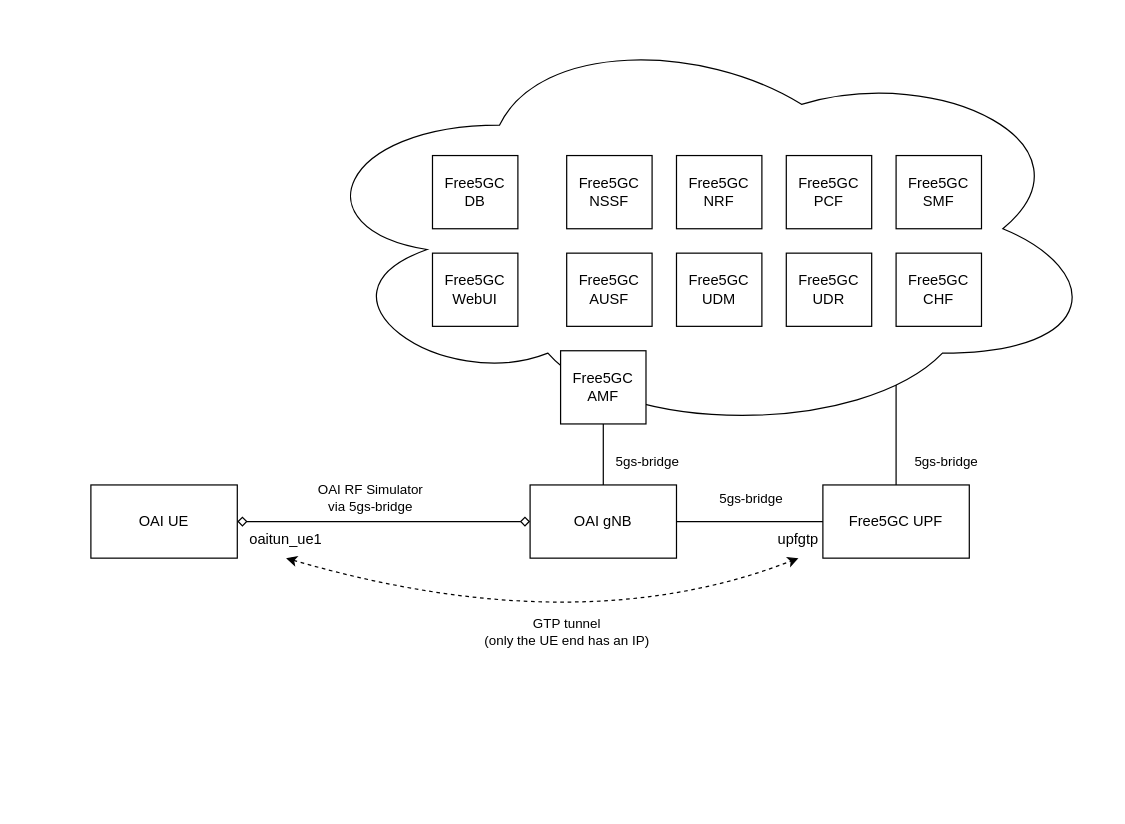
Above: docs/structure.drawio in ottoblep/tsn-5g-testbench (draw.io), before the change. Source tidied: cells renumbered, new cells numbered last; positions are measured from the earlier drawing's top-left corner, leaving out a move shared by most shapes. Both pictures are drawn from the tidied source at 122%, with x=0, y=0 at pixel (90, 21).
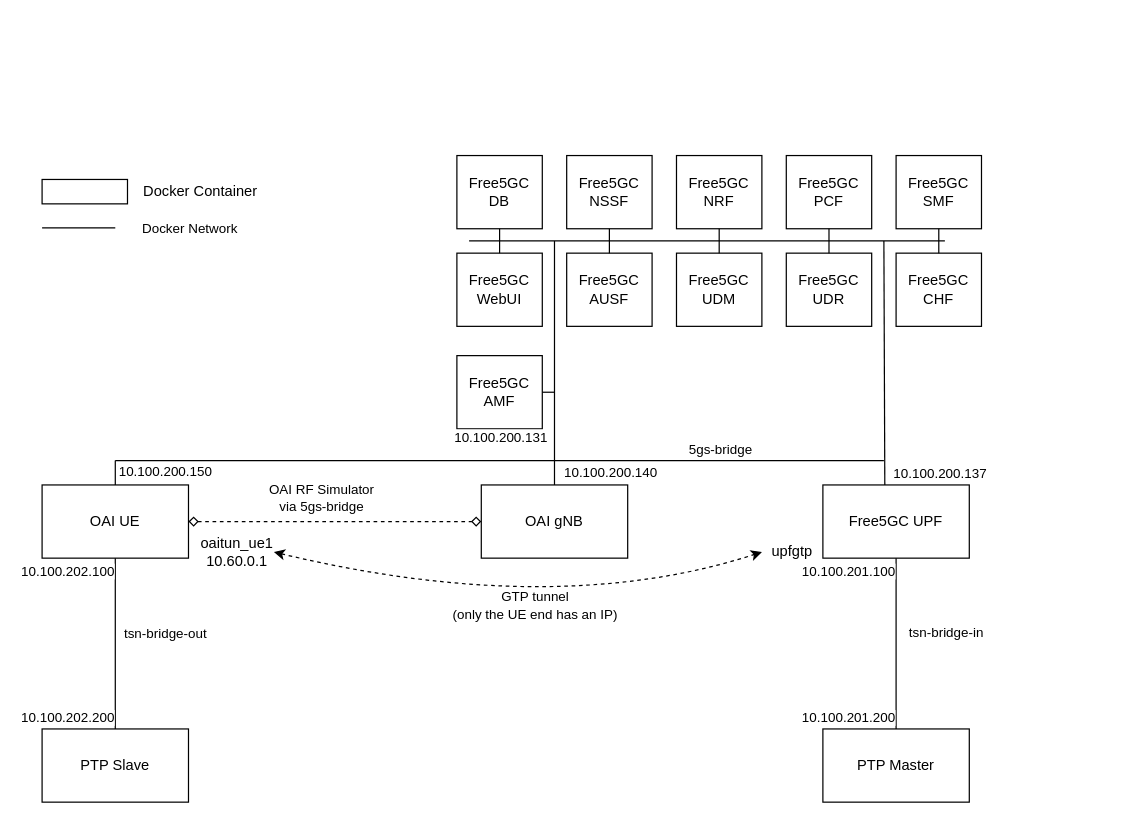
The same diagram, later.

The change refers to these unchanged cells:
```xml
<mxCell id="8" value="Free5GC UPF" style="rounded=0;whiteSpace=wrap;html=1;" parent="1" vertex="1">
  <mxGeometry x="600" y="380" width="120" height="60" as="geometry" />
</mxCell>
<mxCell id="16" value="Free5GC NRF" style="rounded=0;whiteSpace=wrap;html=1;" parent="1" vertex="1">
  <mxGeometry x="480" y="110" width="70" height="60" as="geometry" />
</mxCell>
<mxCell id="18" value="Free5GC AUSF" style="rounded=0;whiteSpace=wrap;html=1;" parent="1" vertex="1">
  <mxGeometry x="390" y="190" width="70" height="60" as="geometry" />
</mxCell>
<mxCell id="19" value="Free5GC NSSF" style="rounded=0;whiteSpace=wrap;html=1;" parent="1" vertex="1">
  <mxGeometry x="390" y="110" width="70" height="60" as="geometry" />
</mxCell>
<mxCell id="20" value="Free5GC PCF" style="rounded=0;whiteSpace=wrap;html=1;" parent="1" vertex="1">
  <mxGeometry x="570" y="110" width="70" height="60" as="geometry" />
</mxCell>
<mxCell id="21" value="Free5GC SMF" style="rounded=0;whiteSpace=wrap;html=1;" parent="1" vertex="1">
  <mxGeometry x="660" y="110" width="70" height="60" as="geometry" />
</mxCell>
<mxCell id="22" value="Free5GC UDM" style="rounded=0;whiteSpace=wrap;html=1;" parent="1" vertex="1">
  <mxGeometry x="480" y="190" width="70" height="60" as="geometry" />
</mxCell>
<mxCell id="23" value="Free5GC UDR" style="rounded=0;whiteSpace=wrap;html=1;" parent="1" vertex="1">
  <mxGeometry x="570" y="190" width="70" height="60" as="geometry" />
</mxCell>
<mxCell id="24" value="Free5GC CHF" style="rounded=0;whiteSpace=wrap;html=1;" parent="1" vertex="1">
  <mxGeometry x="660" y="190" width="70" height="60" as="geometry" />
</mxCell>
```

Diff of the diagram source:
```diff
@@
-    <mxCell id="2" style="endArrow=none;html=1;rounded=0;entryX=0.5;entryY=0;entryDx=0;entryDy=0;exitX=0;exitY=1;exitDx=0;exitDy=0;" parent="1" edge="1" source="24" target="8">
-      <mxGeometry relative="1" as="geometry" />
+    <mxCell id="2" style="endArrow=none;html=1;rounded=0;entryX=0.423;entryY=0.021;entryDx=0;entryDy=0;entryPerimeter=0;" parent="1" edge="1" target="8">
+      <mxGeometry relative="1" as="geometry">
+        <mxPoint x="650" y="180" as="sourcePoint" />
+      </mxGeometry>
     </mxCell>
-    <mxCell id="3" style="ellipse;shape=cloud;whiteSpace=wrap;html=1;" parent="1" vertex="1">
-      <mxGeometry x="170" width="660" height="340" as="geometry" />
-    </mxCell>
     <mxCell id="4" value="OAI UE" style="rounded=0;whiteSpace=wrap;html=1;" parent="1" vertex="1">
-      <mxGeometry y="380" width="120" height="60" as="geometry" />
+      <mxGeometry x="-40" y="380" width="120" height="60" as="geometry" />
     </mxCell>
     <mxCell id="5" value="OAI gNB" style="rounded=0;whiteSpace=wrap;html=1;" parent="1" vertex="1">
-      <mxGeometry x="360" y="380" width="120" height="60" as="geometry" />
+      <mxGeometry x="320" y="380" width="120" height="60" as="geometry" />
     </mxCell>
-    <mxCell id="6" style="endArrow=diamond;html=1;rounded=0;exitX=1;exitY=0.5;exitDx=0;exitDy=0;endFill=0;startArrow=diamond;startFill=0;entryX=0;entryY=0.5;entryDx=0;entryDy=0;" parent="1" edge="1" source="4" target="5">
+    <mxCell id="6" style="endArrow=diamond;html=1;rounded=0;exitX=1;exitY=0.5;exitDx=0;exitDy=0;endFill=0;startArrow=diamond;startFill=0;entryX=0;entryY=0.5;entryDx=0;entryDy=0;dashed=1;" parent="1" edge="1" source="4" target="5">
       <mxGeometry relative="1" as="geometry" />
     </mxCell>
@@
-    <mxCell id="9" style="endArrow=none;html=1;rounded=0;entryX=0;entryY=0.5;entryDx=0;entryDy=0;exitX=1;exitY=0.5;exitDx=0;exitDy=0;" parent="1" edge="1" source="5" target="8">
-      <mxGeometry relative="1" as="geometry" />
-    </mxCell>
-    <mxCell id="10" value="5gs-bridge" style="edgeLabel;html=1;align=center;verticalAlign=middle;" parent="9" vertex="1">
-      <mxGeometry x="-0.09" y="1" relative="1" as="geometry">
-        <mxPoint x="5" y="-19" as="offset" />
-      </mxGeometry>
-    </mxCell>
-    <mxCell id="11" value="oaitun_ue1" style="text;html=1;strokeColor=none;fillColor=none;align=center;verticalAlign=middle;whiteSpace=wrap;rounded=0;" parent="1" vertex="1">
-      <mxGeometry x="130" y="410" width="60" height="30" as="geometry" />
+    <mxCell id="11" value="oaitun_ue1&lt;br&gt;10.60.0.1" style="text;html=1;strokeColor=none;fillColor=none;align=center;verticalAlign=middle;whiteSpace=wrap;rounded=0;" parent="1" vertex="1">
+      <mxGeometry x="90" y="420" width="60" height="30" as="geometry" />
     </mxCell>
     <mxCell id="12" value="upfgtp" style="text;html=1;strokeColor=none;fillColor=none;align=center;verticalAlign=middle;whiteSpace=wrap;rounded=0;" parent="1" vertex="1">
-      <mxGeometry x="560" y="410" width="40" height="30" as="geometry" />
+      <mxGeometry x="550" y="420" width="50" height="30" as="geometry" />
     </mxCell>
-    <mxCell id="13" style="curved=1;endArrow=classic;html=1;rounded=0;exitX=0.5;exitY=1;exitDx=0;exitDy=0;entryX=0.5;entryY=1;entryDx=0;entryDy=0;dashed=1;startArrow=classic;startFill=1;" parent="1" edge="1" source="11" target="12">
+    <mxCell id="13" style="curved=1;endArrow=classic;html=1;rounded=0;exitX=1;exitY=0.5;exitDx=0;exitDy=0;entryX=0;entryY=0.5;entryDx=0;entryDy=0;dashed=1;startArrow=classic;startFill=1;" parent="1" edge="1" source="11" target="12">
       <mxGeometry relative="1" as="geometry">
         <Array as="points">
-          <mxPoint x="400" y="510" />
+          <mxPoint x="380" y="490" />
         </Array>
       </mxGeometry>
     </mxCell>
     <mxCell id="14" value="GTP tunnel&lt;br&gt;(only the UE end has an IP)" style="edgeLabel;html=1;align=center;verticalAlign=middle;" parent="13" vertex="1">
       <mxGeometry x="-0.06" y="23" relative="1" as="geometry">
-        <mxPoint x="23" y="24" as="offset" />
+        <mxPoint x="18" y="21" as="offset" />
       </mxGeometry>
     </mxCell>
     <mxCell id="15" value="Free5GC WebUI" style="rounded=0;whiteSpace=wrap;html=1;" parent="1" vertex="1">
-      <mxGeometry x="280" y="190" width="70" height="60" as="geometry" />
+      <mxGeometry x="300" y="190" width="70" height="60" as="geometry" />
     </mxCell>
@@
     <mxCell id="17" value="Free5GC AMF" style="rounded=0;whiteSpace=wrap;html=1;" parent="1" vertex="1">
-      <mxGeometry x="385" y="270" width="70" height="60" as="geometry" />
+      <mxGeometry x="300" y="274" width="70" height="60" as="geometry" />
     </mxCell>
@@
     <mxCell id="25" value="Free5GC DB" style="rounded=0;whiteSpace=wrap;html=1;" parent="1" vertex="1">
-      <mxGeometry x="280" y="110" width="70" height="60" as="geometry" />
+      <mxGeometry x="300" y="110" width="70" height="60" as="geometry" />
     </mxCell>
-    <mxCell id="26" style="endArrow=none;html=1;rounded=0;exitX=0.5;exitY=0;exitDx=0;exitDy=0;entryX=0.5;entryY=1;entryDx=0;entryDy=0;" parent="1" edge="1" source="5" target="17">
-      <mxGeometry relative="1" as="geometry" />
-    </mxCell>
     <mxCell id="27" value="5gs-bridge" style="edgeLabel;html=1;align=center;verticalAlign=middle;" parent="1" vertex="1">
-      <mxGeometry x="455" y="360" as="geometry" />
+      <mxGeometry x="515" y="350" as="geometry" />
     </mxCell>
-    <mxCell id="28" value="5gs-bridge" style="edgeLabel;html=1;align=center;verticalAlign=middle;" parent="1" vertex="1">
-      <mxGeometry x="700" y="360" as="geometry" />
-    </mxCell>
+    <mxCell id="29" style="rounded=0;whiteSpace=wrap;html=1;" parent="1" vertex="1">
+      <mxGeometry x="-40" y="129.6" width="70" height="20" as="geometry" />
+    </mxCell>
+    <mxCell id="30" value="Docker Container" style="text;html=1;strokeColor=none;fillColor=none;align=center;verticalAlign=middle;whiteSpace=wrap;rounded=0;" parent="1" vertex="1">
+      <mxGeometry x="40" y="124.6" width="100" height="30" as="geometry" />
+    </mxCell>
+    <mxCell id="31" style="endArrow=none;html=1;rounded=0;exitX=0.5;exitY=0;exitDx=0;exitDy=0;" parent="1" edge="1" source="5">
+      <mxGeometry relative="1" as="geometry">
+        <mxPoint x="380" y="180" as="targetPoint" />
+      </mxGeometry>
+    </mxCell>
+    <mxCell id="32" value="10.100.200.140" style="edgeLabel;html=1;align=center;verticalAlign=middle;" parent="31" vertex="1">
+      <mxGeometry x="-0.89" relative="1" as="geometry">
+        <mxPoint x="45" as="offset" />
+      </mxGeometry>
+    </mxCell>
+    <mxCell id="33" style="endArrow=none;html=1;rounded=0;" parent="1" edge="1">
+      <mxGeometry relative="1" as="geometry">
+        <mxPoint x="700" y="180" as="sourcePoint" />
+        <mxPoint x="310" y="180" as="targetPoint" />
+      </mxGeometry>
+    </mxCell>
+    <mxCell id="34" style="endArrow=none;html=1;rounded=0;entryX=0.5;entryY=1;entryDx=0;entryDy=0;exitX=0.5;exitY=0;exitDx=0;exitDy=0;" parent="1" edge="1" source="15" target="25">
+      <mxGeometry relative="1" as="geometry" />
+    </mxCell>
+    <mxCell id="35" style="endArrow=none;html=1;rounded=0;entryX=0.5;entryY=1;entryDx=0;entryDy=0;exitX=0.5;exitY=0;exitDx=0;exitDy=0;" parent="1" edge="1" source="18" target="19">
+      <mxGeometry relative="1" as="geometry" />
+    </mxCell>
+    <mxCell id="36" style="endArrow=none;html=1;rounded=0;entryX=0.5;entryY=1;entryDx=0;entryDy=0;exitX=0.5;exitY=0;exitDx=0;exitDy=0;" parent="1" edge="1" source="22" target="16">
+      <mxGeometry relative="1" as="geometry" />
+    </mxCell>
+    <mxCell id="37" style="endArrow=none;html=1;rounded=0;entryX=0.5;entryY=1;entryDx=0;entryDy=0;exitX=0.5;exitY=0;exitDx=0;exitDy=0;" parent="1" edge="1" source="23" target="20">
+      <mxGeometry relative="1" as="geometry" />
+    </mxCell>
+    <mxCell id="38" style="endArrow=none;html=1;rounded=0;entryX=0.5;entryY=1;entryDx=0;entryDy=0;exitX=0.5;exitY=0;exitDx=0;exitDy=0;" parent="1" edge="1" source="24" target="21">
+      <mxGeometry relative="1" as="geometry" />
+    </mxCell>
+    <mxCell id="39" style="endArrow=none;html=1;rounded=0;exitX=1;exitY=0.5;exitDx=0;exitDy=0;" parent="1" edge="1" source="17">
+      <mxGeometry relative="1" as="geometry">
+        <mxPoint x="380" y="304" as="targetPoint" />
+      </mxGeometry>
+    </mxCell>
+    <mxCell id="40" style="endArrow=none;html=1;rounded=0;" parent="1" edge="1">
+      <mxGeometry relative="1" as="geometry">
+        <mxPoint x="380" y="360" as="sourcePoint" />
+        <mxPoint x="650" y="360" as="targetPoint" />
+      </mxGeometry>
+    </mxCell>
+    <mxCell id="41" style="endArrow=none;html=1;rounded=0;" parent="1" edge="1">
+      <mxGeometry relative="1" as="geometry">
+        <mxPoint x="20" y="360" as="sourcePoint" />
+        <mxPoint x="380" y="360" as="targetPoint" />
+      </mxGeometry>
+    </mxCell>
+    <mxCell id="42" style="endArrow=none;html=1;rounded=0;entryX=0.5;entryY=0;entryDx=0;entryDy=0;" parent="1" edge="1" target="4">
+      <mxGeometry relative="1" as="geometry">
+        <mxPoint x="20" y="360" as="sourcePoint" />
+      </mxGeometry>
+    </mxCell>
+    <mxCell id="43" value="10.100.200.150" style="edgeLabel;html=1;align=center;verticalAlign=middle;" parent="42" vertex="1">
+      <mxGeometry x="-0.23" y="1" relative="1" as="geometry">
+        <mxPoint x="39" as="offset" />
+      </mxGeometry>
+    </mxCell>
+    <mxCell id="44" value="10.100.200.137" style="edgeLabel;html=1;align=center;verticalAlign=middle;" parent="1" vertex="1">
+      <mxGeometry x="695" y="370" as="geometry" />
+    </mxCell>
+    <mxCell id="45" value="10.100.200.131" style="edgeLabel;html=1;align=center;verticalAlign=middle;" parent="1" vertex="1">
+      <mxGeometry x="335" y="340" as="geometry" />
+    </mxCell>
+    <mxCell id="46" value="PTP Slave" style="rounded=0;whiteSpace=wrap;html=1;" parent="1" vertex="1">
+      <mxGeometry x="-40" y="580" width="120" height="60" as="geometry" />
+    </mxCell>
+    <mxCell id="47" value="PTP Master" style="rounded=0;whiteSpace=wrap;html=1;" parent="1" vertex="1">
+      <mxGeometry x="600" y="580" width="120" height="60" as="geometry" />
+    </mxCell>
+    <mxCell id="48" style="endArrow=none;html=1;rounded=0;entryX=0.5;entryY=0;entryDx=0;entryDy=0;exitX=0.5;exitY=1;exitDx=0;exitDy=0;" parent="1" edge="1" source="4" target="46">
+      <mxGeometry relative="1" as="geometry" />
+    </mxCell>
+    <mxCell id="49" value="tsn-bridge-out" style="edgeLabel;html=1;align=center;verticalAlign=middle;" parent="48" vertex="1">
+      <mxGeometry x="-0.32" relative="1" as="geometry">
+        <mxPoint x="40" y="13" as="offset" />
+      </mxGeometry>
+    </mxCell>
+    <mxCell id="50" style="endArrow=none;html=1;rounded=0;entryX=0.5;entryY=0;entryDx=0;entryDy=0;exitX=0.5;exitY=1;exitDx=0;exitDy=0;" parent="1" edge="1" source="8" target="47">
+      <mxGeometry relative="1" as="geometry" />
+    </mxCell>
+    <mxCell id="51" style="endArrow=none;html=1;rounded=0;entryX=0.5;entryY=0;entryDx=0;entryDy=0;" parent="1" edge="1">
+      <mxGeometry relative="1" as="geometry">
+        <mxPoint x="-40" y="169.2" as="sourcePoint" />
+        <mxPoint x="20" y="169.2" as="targetPoint" />
+      </mxGeometry>
+    </mxCell>
+    <mxCell id="52" value="Docker Network" style="edgeLabel;html=1;align=center;verticalAlign=middle;" parent="51" vertex="1">
+      <mxGeometry x="-0.32" relative="1" as="geometry">
+        <mxPoint x="100" as="offset" />
+      </mxGeometry>
+    </mxCell>
+    <mxCell id="53" value="tsn-bridge-in" style="edgeLabel;html=1;align=center;verticalAlign=middle;" parent="1" vertex="1">
+      <mxGeometry x="700" y="500" as="geometry" />
+    </mxCell>
+    <mxCell id="54" value="10.100.202.100" style="edgeLabel;html=1;align=center;verticalAlign=middle;" parent="1" vertex="1">
+      <mxGeometry x="-20" y="450" as="geometry" />
+    </mxCell>
+    <mxCell id="55" value="10.100.202.200" style="edgeLabel;html=1;align=center;verticalAlign=middle;" parent="1" vertex="1">
+      <mxGeometry x="-20" y="570" as="geometry" />
+    </mxCell>
+    <mxCell id="56" value="10.100.201.100" style="edgeLabel;html=1;align=center;verticalAlign=middle;" parent="1" vertex="1">
+      <mxGeometry x="620" y="450" as="geometry" />
+    </mxCell>
+    <mxCell id="57" value="10.100.201.200" style="edgeLabel;html=1;align=center;verticalAlign=middle;" parent="1" vertex="1">
+      <mxGeometry x="620" y="570" as="geometry" />
+    </mxCell>
```
